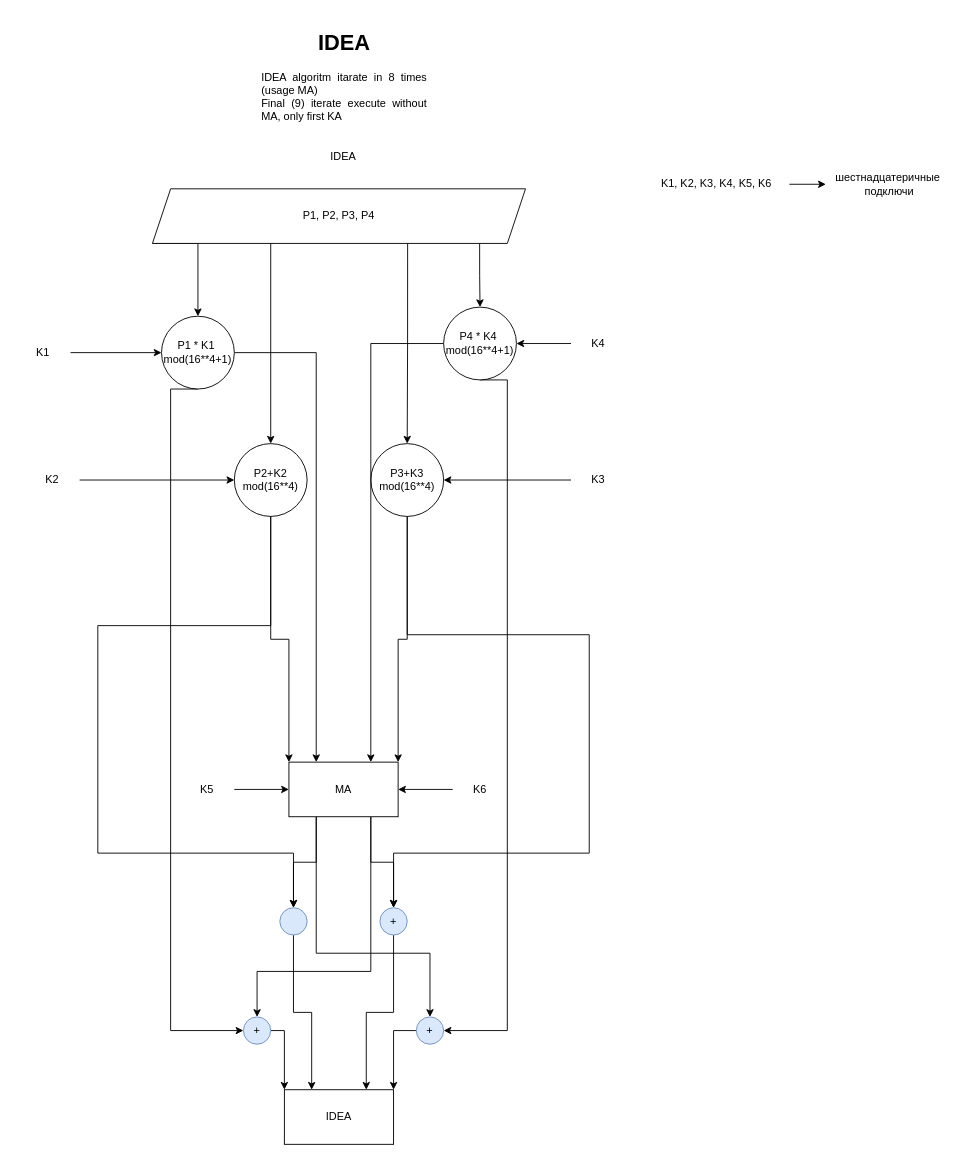
This is page "IDEA" (1 of 2) of IDEA.drawio from Vladislav1809/IDEA_course_work, a draw.io file, before an edit. Source tidied: cells renumbered, new cells numbered last; positions are measured from the earlier drawing's top-left corner, leaving out a move shared by most shapes. Both pictures are drawn from the tidied source at 91%, with x=0, y=0 at pixel (15, 25).
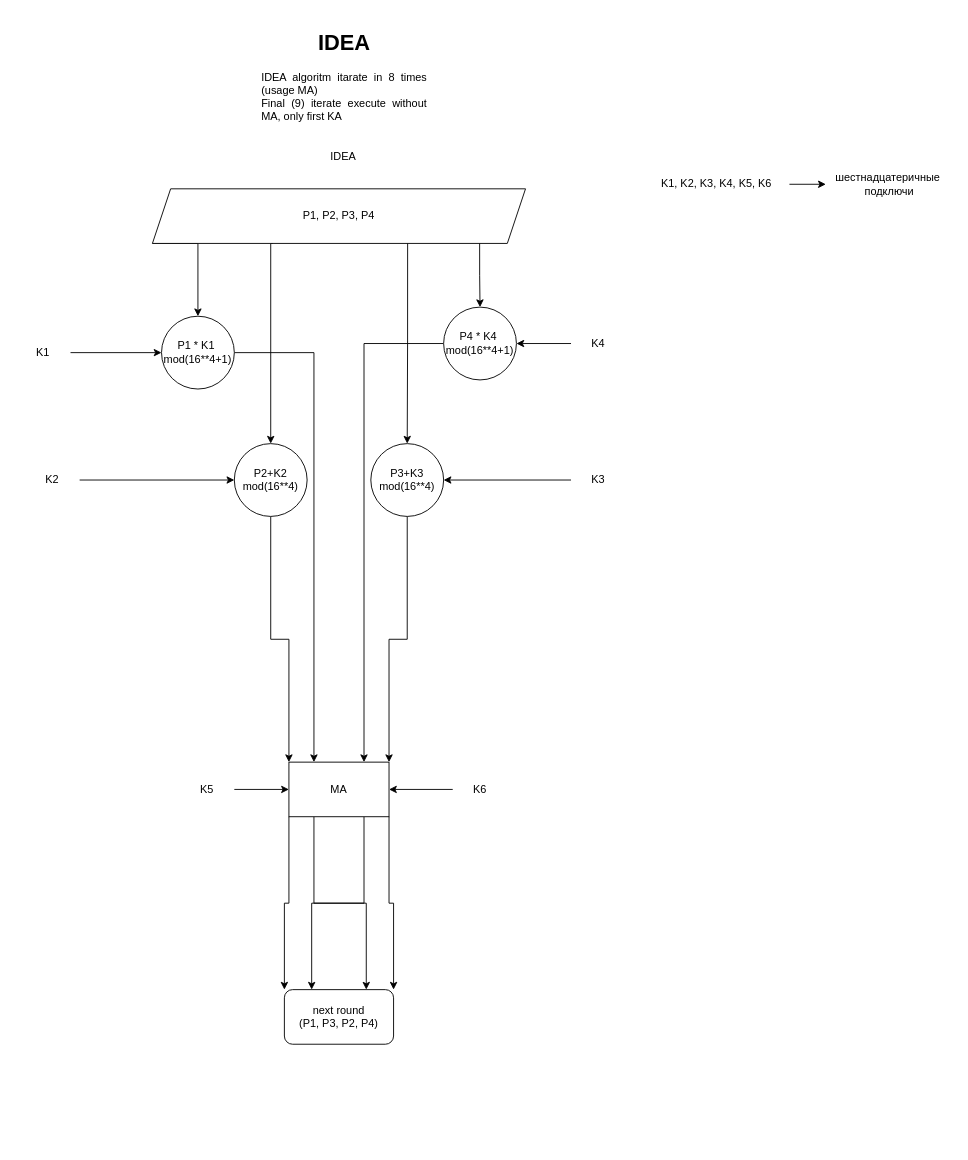
The same diagram, later.

Commit message:
upd(IDEA.drawio): доделал черновой вариант схемы

The change refers to these unchanged cells:
```xml
<mxCell id="13" value="P1 * K1&amp;nbsp;&lt;br&gt;mod(16**4+1)" style="ellipse;whiteSpace=wrap;html=1;" parent="1" vertex="1">
  <mxGeometry x="160" y="320" width="80" height="80" as="geometry" />
</mxCell>
<mxCell id="15" value="P2+K2&lt;br&gt;mod(16**4)" style="ellipse;whiteSpace=wrap;html=1;" parent="1" vertex="1">
  <mxGeometry x="240" y="460" width="80" height="80" as="geometry" />
</mxCell>
<mxCell id="21" value="P3+K3&lt;br&gt;mod(16**4)" style="ellipse;whiteSpace=wrap;html=1;" parent="1" vertex="1">
  <mxGeometry x="390" y="460" width="80" height="80" as="geometry" />
</mxCell>
<mxCell id="24" value="P4 * K4&amp;nbsp;&lt;br&gt;mod(16**4+1)" style="ellipse;whiteSpace=wrap;html=1;" parent="1" vertex="1">
  <mxGeometry x="470" y="310" width="80" height="80" as="geometry" />
</mxCell>
```

Diff of the diagram source:
```diff
@@
-    <mxCell id="11" style="edgeStyle=orthogonalEdgeStyle;rounded=0;jettySize=auto;html=1;entryX=0;entryY=0.5;entryDx=0;entryDy=0;exitX=0.5;exitY=1;exitDx=0;exitDy=0;" parent="1" edge="1" source="13" target="45">
-      <mxGeometry relative="1" as="geometry">
-        <Array as="points">
-          <mxPoint x="170" y="400" />
-          <mxPoint x="170" y="1105" />
-        </Array>
-      </mxGeometry>
-    </mxCell>
@@
-    <mxCell id="22" style="edgeStyle=orthogonalEdgeStyle;rounded=0;jettySize=auto;html=1;entryX=1;entryY=0.5;entryDx=0;entryDy=0;exitX=0.5;exitY=1;exitDx=0;exitDy=0;" parent="1" edge="1" source="24" target="47">
-      <mxGeometry relative="1" as="geometry">
-        <Array as="points">
-          <mxPoint x="540" y="390" />
-          <mxPoint x="540" y="1105" />
-        </Array>
-      </mxGeometry>
-    </mxCell>
@@
-    <mxCell id="29" style="edgeStyle=orthogonalEdgeStyle;rounded=0;jettySize=auto;html=1;exitX=0.25;exitY=1;exitDx=0;exitDy=0;entryX=0.5;entryY=0;entryDx=0;entryDy=0;" parent="1" edge="1" source="33" target="42">
-      <mxGeometry relative="1" as="geometry" />
-    </mxCell>
-    <mxCell id="30" style="edgeStyle=orthogonalEdgeStyle;rounded=0;jettySize=auto;html=1;exitX=0.75;exitY=1;exitDx=0;exitDy=0;entryX=0.5;entryY=0;entryDx=0;entryDy=0;" parent="1" edge="1" source="33" target="40">
-      <mxGeometry relative="1" as="geometry" />
-    </mxCell>
-    <mxCell id="31" style="edgeStyle=orthogonalEdgeStyle;rounded=0;jettySize=auto;html=1;exitX=0.25;exitY=1;exitDx=0;exitDy=0;entryX=0.5;entryY=0;entryDx=0;entryDy=0;" parent="1" edge="1" source="33" target="47">
-      <mxGeometry relative="1" as="geometry">
-        <Array as="points">
-          <mxPoint x="330" y="1020" />
-          <mxPoint x="455" y="1020" />
-        </Array>
-      </mxGeometry>
-    </mxCell>
-    <mxCell id="32" style="edgeStyle=orthogonalEdgeStyle;rounded=0;jettySize=auto;html=1;exitX=0.75;exitY=1;exitDx=0;exitDy=0;entryX=0.5;entryY=0;entryDx=0;entryDy=0;" parent="1" edge="1" source="33" target="45">
-      <mxGeometry relative="1" as="geometry">
-        <Array as="points">
-          <mxPoint x="390" y="1040" />
-          <mxPoint x="265" y="1040" />
-        </Array>
-      </mxGeometry>
-    </mxCell>
+    <mxCell id="50" style="edgeStyle=orthogonalEdgeStyle;rounded=0;jettySize=auto;html=1;exitX=0;exitY=1;exitDx=0;exitDy=0;entryX=0;entryY=0;entryDx=0;entryDy=0;" parent="1" edge="1" source="33" target="54">
+      <mxGeometry relative="1" as="geometry" />
+    </mxCell>
+    <mxCell id="51" style="edgeStyle=orthogonalEdgeStyle;rounded=0;jettySize=auto;html=1;exitX=0.75;exitY=1;exitDx=0;exitDy=0;entryX=0.25;entryY=0;entryDx=0;entryDy=0;" parent="1" edge="1" source="33" target="54">
+      <mxGeometry relative="1" as="geometry" />
+    </mxCell>
+    <mxCell id="52" style="edgeStyle=orthogonalEdgeStyle;rounded=0;jettySize=auto;html=1;exitX=1;exitY=1;exitDx=0;exitDy=0;entryX=1;entryY=0;entryDx=0;entryDy=0;" parent="1" edge="1" source="33" target="54">
+      <mxGeometry relative="1" as="geometry" />
+    </mxCell>
+    <mxCell id="53" style="edgeStyle=orthogonalEdgeStyle;rounded=0;jettySize=auto;html=1;exitX=0.25;exitY=1;exitDx=0;exitDy=0;entryX=0.75;entryY=0;entryDx=0;entryDy=0;" parent="1" edge="1" source="33" target="54">
+      <mxGeometry relative="1" as="geometry" />
+    </mxCell>
     <mxCell id="33" value="MA" style="rounded=0;whiteSpace=wrap;html=1;" parent="1" vertex="1">
-      <mxGeometry x="300" y="810" width="120" height="60" as="geometry" />
+      <mxGeometry x="300" y="810" width="110" height="60" as="geometry" />
     </mxCell>
@@
-    <mxCell id="38" style="endArrow=classic;html=1;rounded=0;exitX=0.5;exitY=1;exitDx=0;exitDy=0;entryX=0.5;entryY=0;entryDx=0;entryDy=0;" parent="1" edge="1" source="21" target="40">
-      <mxGeometry relative="1" as="geometry">
-        <Array as="points">
-          <mxPoint x="430" y="670" />
-          <mxPoint x="630" y="670" />
-          <mxPoint x="630" y="910" />
-          <mxPoint x="415" y="910" />
-        </Array>
-      </mxGeometry>
-    </mxCell>
-    <mxCell id="39" style="edgeStyle=orthogonalEdgeStyle;rounded=0;jettySize=auto;html=1;entryX=0.75;entryY=0;entryDx=0;entryDy=0;" parent="1" edge="1" source="40" target="48">
-      <mxGeometry relative="1" as="geometry" />
-    </mxCell>
-    <mxCell id="40" value="+" style="ellipse;whiteSpace=wrap;html=1;fillColor=#dae8fc;strokeColor=#6c8ebf;" parent="1" vertex="1">
-      <mxGeometry x="400" y="970" width="30" height="30" as="geometry" />
-    </mxCell>
-    <mxCell id="41" style="edgeStyle=orthogonalEdgeStyle;rounded=0;jettySize=auto;html=1;entryX=0.25;entryY=0;entryDx=0;entryDy=0;" parent="1" edge="1" source="42" target="48">
-      <mxGeometry relative="1" as="geometry" />
-    </mxCell>
-    <mxCell id="42" style="ellipse;whiteSpace=wrap;html=1;fillColor=#dae8fc;strokeColor=#6c8ebf;" parent="1" vertex="1">
-      <mxGeometry x="290" y="970" width="30" height="30" as="geometry" />
-    </mxCell>
-    <mxCell id="43" style="endArrow=classic;html=1;rounded=0;exitX=0.5;exitY=1;exitDx=0;exitDy=0;entryX=0.5;entryY=0;entryDx=0;entryDy=0;" parent="1" edge="1" source="15" target="42">
-      <mxGeometry relative="1" as="geometry">
-        <Array as="points">
-          <mxPoint x="280" y="660" />
-          <mxPoint x="90" y="660" />
-          <mxPoint x="90" y="910" />
-          <mxPoint x="305" y="910" />
-        </Array>
-      </mxGeometry>
-    </mxCell>
-    <mxCell id="44" style="edgeStyle=orthogonalEdgeStyle;rounded=0;jettySize=auto;html=1;entryX=0;entryY=0;entryDx=0;entryDy=0;" parent="1" edge="1" source="45" target="48">
-      <mxGeometry relative="1" as="geometry">
-        <Array as="points">
-          <mxPoint x="295" y="1105" />
-        </Array>
-      </mxGeometry>
-    </mxCell>
-    <mxCell id="45" value="+" style="ellipse;whiteSpace=wrap;html=1;fillColor=#dae8fc;strokeColor=#6c8ebf;" parent="1" vertex="1">
-      <mxGeometry x="250" y="1090" width="30" height="30" as="geometry" />
-    </mxCell>
-    <mxCell id="46" style="edgeStyle=orthogonalEdgeStyle;rounded=0;jettySize=auto;html=1;entryX=1;entryY=0;entryDx=0;entryDy=0;" parent="1" edge="1" source="47" target="48">
-      <mxGeometry relative="1" as="geometry" />
-    </mxCell>
-    <mxCell id="47" value="+" style="ellipse;whiteSpace=wrap;html=1;fillColor=#dae8fc;strokeColor=#6c8ebf;" parent="1" vertex="1">
-      <mxGeometry x="440" y="1090" width="30" height="30" as="geometry" />
-    </mxCell>
-    <mxCell id="48" value="IDEA" style="rounded=0;whiteSpace=wrap;html=1;" parent="1" vertex="1">
-      <mxGeometry x="295" y="1170" width="120" height="60" as="geometry" />
-    </mxCell>
@@
+    <mxCell id="54" value="next round&lt;br&gt;(P1, P3, P2, P4)" style="rounded=1;whiteSpace=wrap;html=1;" parent="1" vertex="1">
+      <mxGeometry x="295" y="1060" width="120" height="60" as="geometry" />
+    </mxCell>
```
